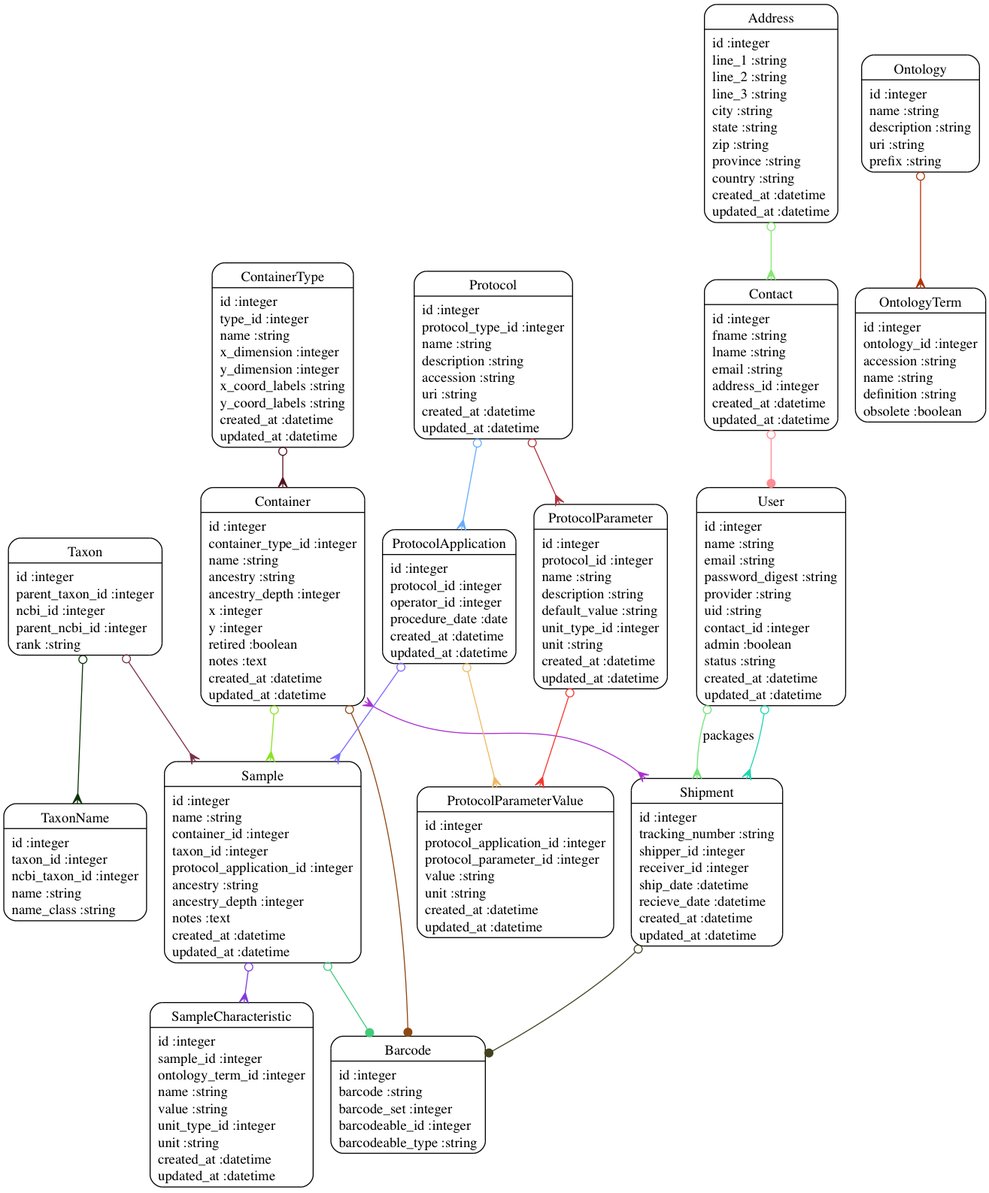
The Graphviz diagram models.png in dimitras/collos, before a commit. Its source is kept beside it as models.dot.
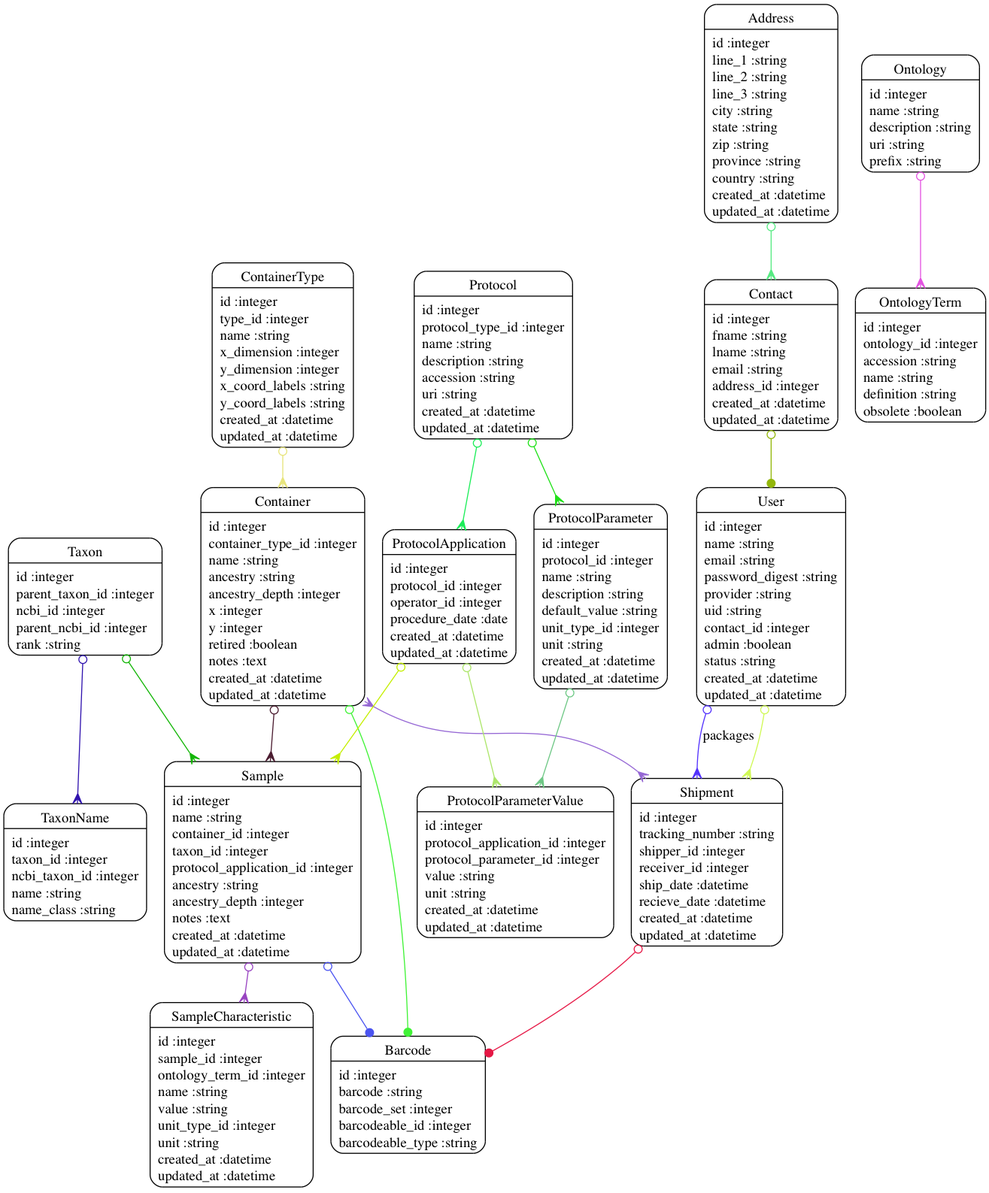
The same file after the commit.

Commit message:
updated model ER diagram

What changed in the source:
```diff
@@ -17,23 +17,23 @@
 	"Taxon" [shape=Mrecord, label="{Taxon|id :integer\lparent_taxon_id :integer\lncbi_id :integer\lparent_ncbi_id :integer\lrank :string\l}"]
 	"TaxonName" [shape=Mrecord, label="{TaxonName|id :integer\ltaxon_id :integer\lncbi_taxon_id :integer\lname :string\lname_class :string\l}"]
 	"User" [shape=Mrecord, label="{User|id :integer\lname :string\lemail :string\lpassword_digest :string\lprovider :string\luid :string\lcontact_id :integer\ladmin :boolean\lstatus :string\lcreated_at :datetime\lupdated_at :datetime\l}"]
-	"Address" -> "Contact" [arrowtail=odot, arrowhead=crow, dir=both color="#87E872"]
-	"Contact" -> "User" [arrowtail=odot, arrowhead=dot, dir=both color="#FD8C93"]
-	"Container" -> "Sample" [arrowtail=odot, arrowhead=crow, dir=both color="#8BE225"]
-	"Container" -> "Barcode" [arrowtail=odot, arrowhead=dot, dir=both color="#8D4815"]
-	"Container" -> "Shipment" [arrowtail=crow, arrowhead=crow, dir=both color="#AA31D0"]
-	"ContainerType" -> "Container" [arrowtail=odot, arrowhead=crow, dir=both color="#53131D"]
-	"Ontology" -> "OntologyTerm" [arrowtail=odot, arrowhead=crow, dir=both color="#B43203"]
-	"Protocol" -> "ProtocolApplication" [arrowtail=odot, arrowhead=crow, dir=both color="#67ABFE"]
-	"Protocol" -> "ProtocolParameter" [arrowtail=odot, arrowhead=crow, dir=both color="#B23542"]
-	"ProtocolApplication" -> "Sample" [arrowtail=odot, arrowhead=crow, dir=both color="#7A6AF9"]
-	"ProtocolApplication" -> "ProtocolParameterValue" [arrowtail=odot, arrowhead=crow, dir=both color="#EEB864"]
-	"ProtocolParameter" -> "ProtocolParameterValue" [arrowtail=odot, arrowhead=crow, dir=both color="#F23831"]
-	"Sample" -> "Barcode" [arrowtail=odot, arrowhead=dot, dir=both color="#41C97C"]
-	"Sample" -> "SampleCharacteristic" [arrowtail=odot, arrowhead=crow, dir=both color="#7F3CD5"]
-	"Shipment" -> "Barcode" [arrowtail=odot, arrowhead=dot, dir=both color="#424220"]
-	"Taxon" -> "Sample" [arrowtail=odot, arrowhead=crow, dir=both color="#79304A"]
-	"Taxon" -> "TaxonName" [arrowtail=odot, arrowhead=crow, dir=both color="#0C3306"]
-	"User" -> "Shipment" [arrowtail=odot, arrowhead=crow, dir=both color="#1CD6AF"]
-	"User" -> "Shipment" [label="packages", arrowtail=odot, arrowhead=crow, dir=both color="#74E179"]
+	"Address" -> "Contact" [arrowtail=odot, arrowhead=crow, dir=both color="#56EA82"]
+	"Contact" -> "User" [arrowtail=odot, arrowhead=dot, dir=both color="#93B70A"]
+	"Container" -> "Sample" [arrowtail=odot, arrowhead=crow, dir=both color="#4B1C30"]
+	"Container" -> "Barcode" [arrowtail=odot, arrowhead=dot, dir=both color="#40F236"]
+	"Container" -> "Shipment" [arrowtail=crow, arrowhead=crow, dir=both color="#9567D4"]
+	"ContainerType" -> "Container" [arrowtail=odot, arrowhead=crow, dir=both color="#E7E47B"]
+	"Ontology" -> "OntologyTerm" [arrowtail=odot, arrowhead=crow, dir=both color="#E352E1"]
+	"Protocol" -> "ProtocolApplication" [arrowtail=odot, arrowhead=crow, dir=both color="#1BED58"]
+	"Protocol" -> "ProtocolParameter" [arrowtail=odot, arrowhead=crow, dir=both color="#20E019"]
+	"ProtocolApplication" -> "Sample" [arrowtail=odot, arrowhead=crow, dir=both color="#C4EE01"]
+	"ProtocolApplication" -> "ProtocolParameterValue" [arrowtail=odot, arrowhead=crow, dir=both color="#ACE56A"]
+	"ProtocolParameter" -> "ProtocolParameterValue" [arrowtail=odot, arrowhead=crow, dir=both color="#6EC785"]
+	"Sample" -> "Barcode" [arrowtail=odot, arrowhead=dot, dir=both color="#4B54F0"]
+	"Sample" -> "SampleCharacteristic" [arrowtail=odot, arrowhead=crow, dir=both color="#9843C1"]
+	"Shipment" -> "Barcode" [arrowtail=odot, arrowhead=dot, dir=both color="#E51745"]
+	"Taxon" -> "Sample" [arrowtail=odot, arrowhead=crow, dir=both color="#12B506"]
+	"Taxon" -> "TaxonName" [arrowtail=odot, arrowhead=crow, dir=both color="#3013AE"]
+	"User" -> "Shipment" [arrowtail=odot, arrowhead=crow, dir=both color="#CFF854"]
+	"User" -> "Shipment" [label="packages", arrowtail=odot, arrowhead=crow, dir=both color="#5231FC"]
 }
```
